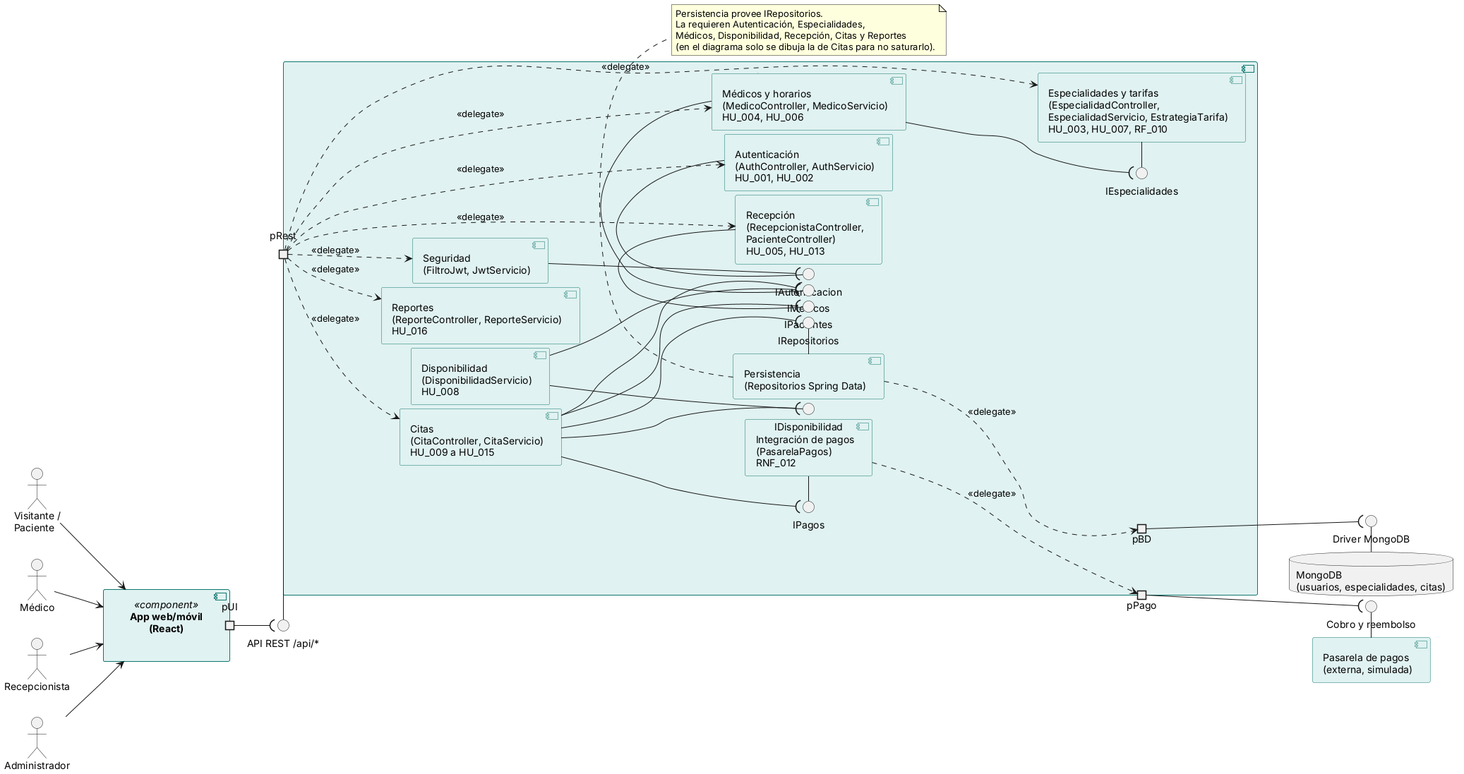
Earlier version of the PlantUML export diagramas/vista-funcional.png (laurameza7/CitaSalud). Source of this version:
```plantuml
@startuml vista-funcional
skinparam defaultFontName Arial
skinparam shadowing false
skinparam componentStyle uml2
skinparam component {
  BackgroundColor #E0F2F1
  BorderColor #0F766E
}
left to right direction

actor "Visitante /\nPaciente" as AP
actor "Médico" as AM
actor "Recepcionista" as AR
actor "Administrador" as AA

component "App web/móvil\n(React)" as UI <<component>> {
  portout "pUI" as pUI
}

component "CitaSalud API" as API <<subsystem>> {
  portin "pRest" as pRest
  portout "pPago" as pPagoExt
  portout "pBD" as pBDExt

  component "Seguridad\n(FiltroJwt, JwtServicio)" as SEG
  component "Autenticación\n(AuthController, AuthServicio)\nHU_001, HU_002" as AUTH
  component "Especialidades y tarifas\n(EspecialidadController,\nEspecialidadServicio, EstrategiaTarifa)\nHU_003, HU_007, RF_010" as ESP
  component "Médicos y horarios\n(MedicoController, MedicoServicio)\nHU_004, HU_006" as MED
  component "Disponibilidad\n(DisponibilidadServicio)\nHU_008" as DISP
  component "Recepción\n(RecepcionistaController,\nPacienteController)\nHU_005, HU_013" as REC
  component "Citas\n(CitaController, CitaServicio)\nHU_009 a HU_015" as CITAS
  component "Reportes\n(ReporteController, ReporteServicio)\nHU_016" as REP
  component "Integración de pagos\n(PasarelaPagos)\nRNF_012" as INT
  component "Persistencia\n(Repositorios Spring Data)" as PER

  interface "IAutenticacion" as IAuth
  interface "IEspecialidades" as IEsp
  interface "IMedicos" as IMed
  interface "IDisponibilidad" as IDisp
  interface "IPacientes" as IPac
  interface "IPagos" as IPag
  interface "IRepositorios" as IRepo
}

interface "API REST /api/*" as IRest
interface "Cobro y reembolso" as ICobro
interface "Driver MongoDB" as IMongo

component "Pasarela de pagos\n(externa, simulada)" as PAS
database "MongoDB\n(usuarios, especialidades, citas)" as DB

AP --> UI
AM --> UI
AR --> UI
AA --> UI
pUI --( IRest
IRest - pRest

pRest ..> SEG : <<delegate>>
pRest ..> AUTH : <<delegate>>
pRest ..> ESP : <<delegate>>
pRest ..> MED : <<delegate>>
pRest ..> REC : <<delegate>>
pRest ..> CITAS : <<delegate>>
pRest ..> REP : <<delegate>>

AUTH - IAuth
SEG --( IAuth
ESP - IEsp
MED --( IEsp
MED - IMed
DISP --( IMed
CITAS --( IMed
DISP - IDisp
CITAS --( IDisp
REC - IPac
CITAS --( IPac
INT - IPag
CITAS --( IPag
PER - IRepo
CITAS --( IRepo

INT ..> pPagoExt : <<delegate>>
PER ..> pBDExt : <<delegate>>
pPagoExt --( ICobro
ICobro - PAS
pBDExt --( IMongo
IMongo - DB
note bottom of PER
  Persistencia provee IRepositorios.
  La requieren Autenticación, Especialidades,
  Médicos, Disponibilidad, Recepción, Citas y Reportes
  (en el diagrama solo se dibuja la de Citas para no saturarlo).
end note
@enduml
```
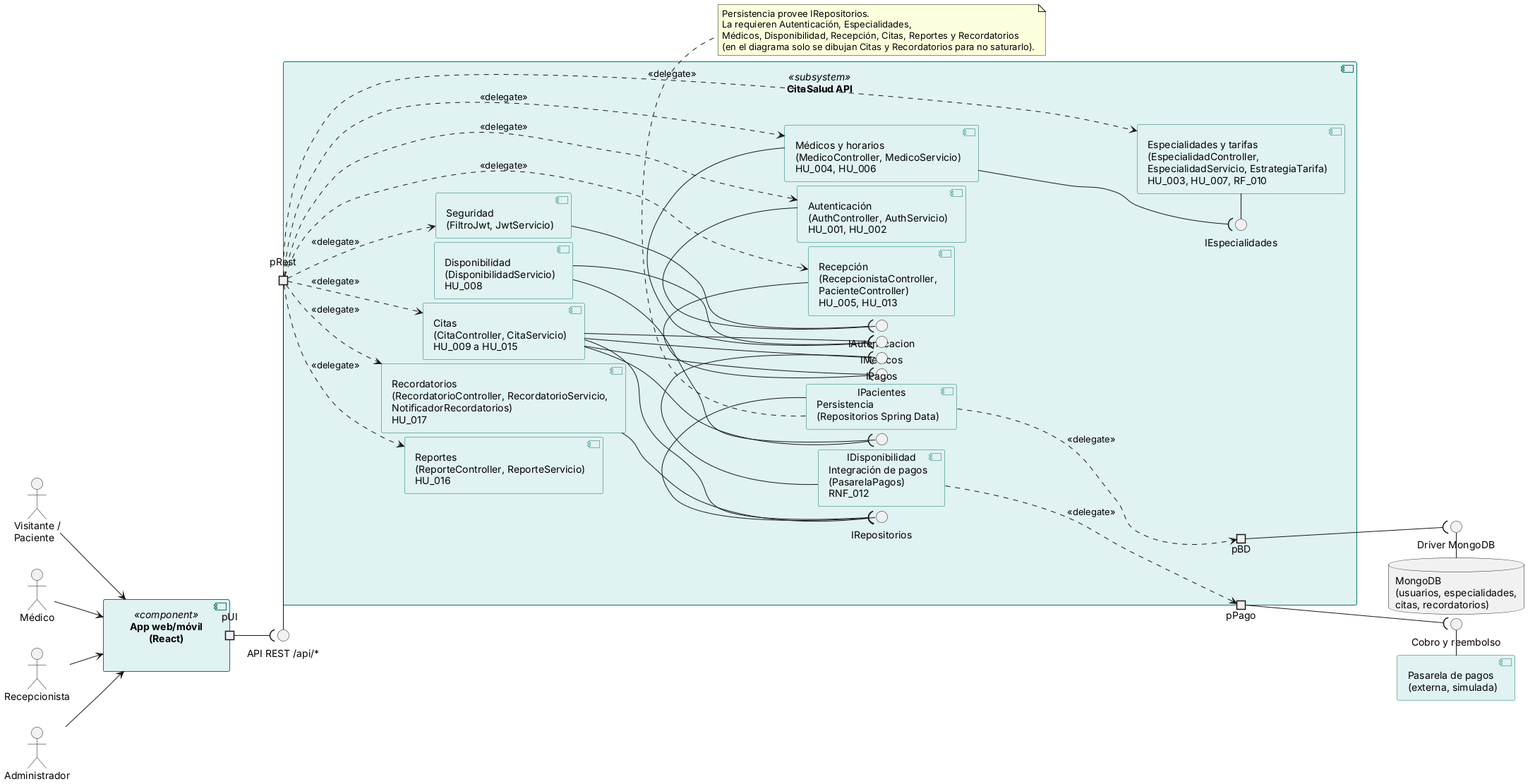
After the change.

What changed in the source:
```diff
@@ -30,6 +30,7 @@
   component "Recepción\n(RecepcionistaController,\nPacienteController)\nHU_005, HU_013" as REC
   component "Citas\n(CitaController, CitaServicio)\nHU_009 a HU_015" as CITAS
   component "Reportes\n(ReporteController, ReporteServicio)\nHU_016" as REP
+  component "Recordatorios\n(RecordatorioController, RecordatorioServicio,\nNotificadorRecordatorios)\nHU_017" as RECO
   component "Integración de pagos\n(PasarelaPagos)\nRNF_012" as INT
   component "Persistencia\n(Repositorios Spring Data)" as PER
 
@@ -47,7 +48,7 @@
 interface "Driver MongoDB" as IMongo
 
 component "Pasarela de pagos\n(externa, simulada)" as PAS
-database "MongoDB\n(usuarios, especialidades, citas)" as DB
+database "MongoDB\n(usuarios, especialidades,\ncitas, recordatorios)" as DB
 
 AP --> UI
 AM --> UI
@@ -63,6 +64,7 @@
 pRest ..> REC : <<delegate>>
 pRest ..> CITAS : <<delegate>>
 pRest ..> REP : <<delegate>>
+pRest ..> RECO : <<delegate>>
 
 AUTH - IAuth
 SEG --( IAuth
@@ -79,6 +81,7 @@
 CITAS --( IPag
 PER - IRepo
 CITAS --( IRepo
+RECO --( IRepo
 
 INT ..> pPagoExt : <<delegate>>
 PER ..> pBDExt : <<delegate>>
@@ -89,7 +92,7 @@
 note bottom of PER
   Persistencia provee IRepositorios.
   La requieren Autenticación, Especialidades,
-  Médicos, Disponibilidad, Recepción, Citas y Reportes
-  (en el diagrama solo se dibuja la de Citas para no saturarlo).
+  Médicos, Disponibilidad, Recepción, Citas, Reportes y Recordatorios
+  (en el diagrama solo se dibujan Citas y Recordatorios para no saturarlo).
 end note
 @enduml
```
